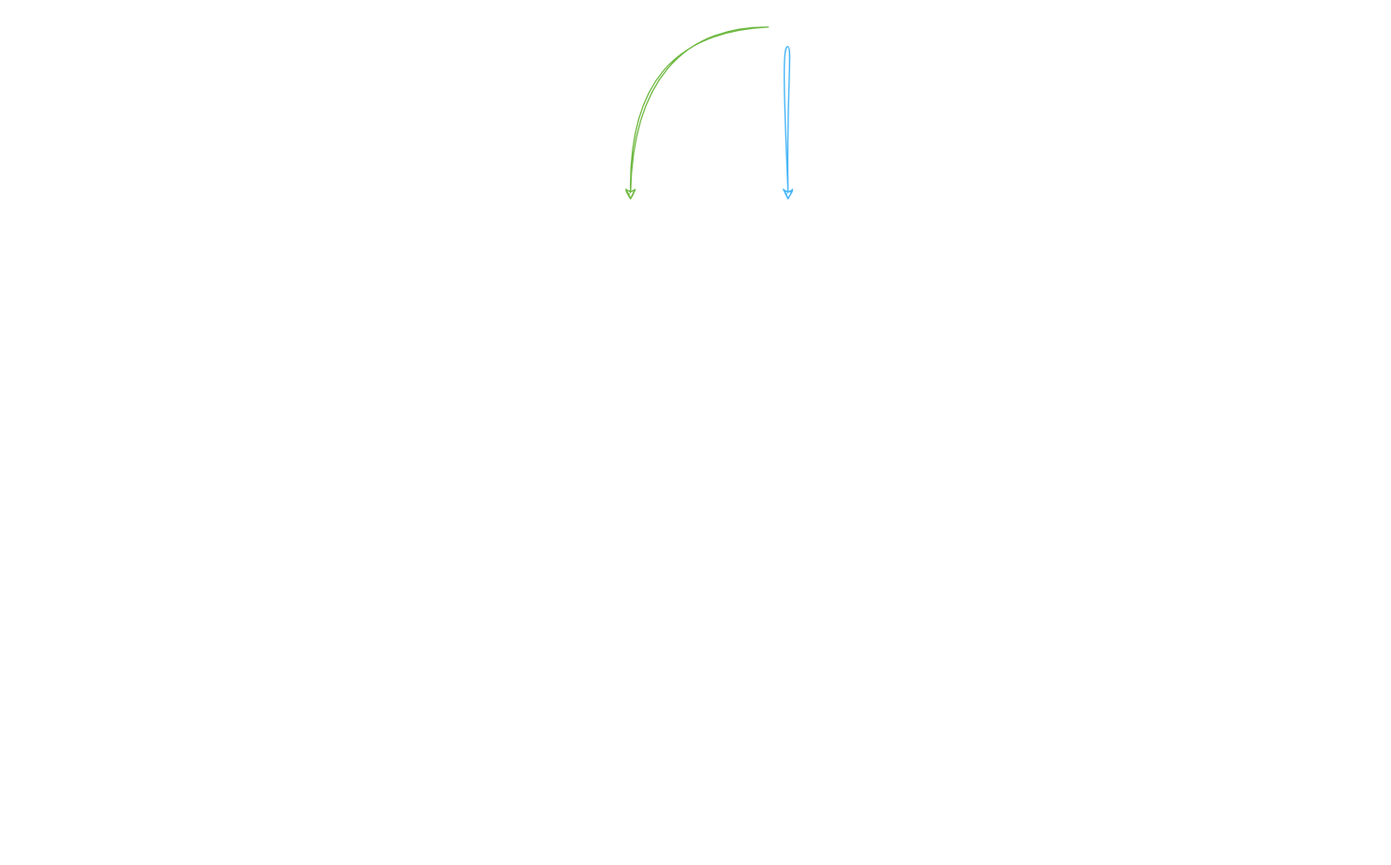
This is img/sannsyn/Suppemeny.drawio.svg from Andremartiny/MA-173, a draw.io export, as it was before one commit. Source tidied: cells renumbered, new cells last; positions are measured from the earlier drawing's top-left corner, leaving out a move shared by most shapes. Source of this version:
```xml
<mxGraphModel>
  <root>
    <mxCell id="0" />
    <mxCell id="1" parent="0" />
    <mxCell id="2" style="edgeStyle=orthogonalEdgeStyle;rounded=0;sketch=1;hachureGap=4;jiggle=2;curveFitting=1;jettySize=auto;html=1;curved=1;" parent="1" edge="1" source="7" target="14">
      <mxGeometry relative="1" as="geometry" />
    </mxCell>
    <mxCell id="3" style="edgeStyle=orthogonalEdgeStyle;rounded=0;sketch=1;hachureGap=4;jiggle=2;curveFitting=1;jettySize=auto;html=1;curved=1;" parent="1" edge="1" source="7" target="16">
      <mxGeometry relative="1" as="geometry">
        <Array as="points">
          <mxPoint x="475" y="302" />
          <mxPoint x="619" y="302" />
        </Array>
      </mxGeometry>
    </mxCell>
    <mxCell id="4" style="edgeStyle=orthogonalEdgeStyle;rounded=0;sketch=1;hachureGap=4;jiggle=2;curveFitting=1;jettySize=auto;html=1;curved=1;" parent="1" edge="1" source="7" target="17">
      <mxGeometry relative="1" as="geometry">
        <Array as="points">
          <mxPoint x="475" y="272" />
          <mxPoint x="807" y="272" />
        </Array>
      </mxGeometry>
    </mxCell>
    <mxCell id="5" style="edgeStyle=orthogonalEdgeStyle;rounded=0;sketch=1;hachureGap=4;jiggle=2;curveFitting=1;jettySize=auto;html=1;curved=1;" parent="1" edge="1" source="7" target="18">
      <mxGeometry relative="1" as="geometry">
        <Array as="points">
          <mxPoint x="475" y="242" />
          <mxPoint x="995" y="242" />
        </Array>
      </mxGeometry>
    </mxCell>
    <mxCell id="6" style="edgeStyle=orthogonalEdgeStyle;rounded=0;sketch=1;hachureGap=4;jiggle=2;curveFitting=1;jettySize=auto;html=1;curved=1;" parent="1" edge="1" source="7" target="15">
      <mxGeometry relative="1" as="geometry">
        <Array as="points">
          <mxPoint x="430" y="398" />
          <mxPoint x="431" y="398" />
        </Array>
      </mxGeometry>
    </mxCell>
    <mxCell id="7" value="&lt;font style=&quot;font-size: 24px;&quot;&gt;Suppe 1&lt;/font&gt;" style="text;html=1;align=center;verticalAlign=middle;points=[];strokeColor=none;fillColor=none;" parent="1" vertex="1">
      <mxGeometry x="420" y="147" width="110" height="40" as="geometry" />
    </mxCell>
    <mxCell id="8" value="&lt;font style=&quot;font-size: 24px;&quot;&gt;Suppe 2&lt;/font&gt;" style="text;html=1;align=center;verticalAlign=middle;points=[];strokeColor=none;fillColor=none;" parent="1" vertex="1">
      <mxGeometry x="540" y="147" width="110" height="40" as="geometry" />
    </mxCell>
    <mxCell id="9" value="&lt;font style=&quot;font-size: 24px;&quot;&gt;Suppe 3&lt;/font&gt;" style="text;html=1;align=center;verticalAlign=middle;points=[];strokeColor=none;fillColor=none;" parent="1" vertex="1">
      <mxGeometry x="660" y="147" width="110" height="40" as="geometry" />
    </mxCell>
    <mxCell id="10" style="edgeStyle=orthogonalEdgeStyle;rounded=0;sketch=1;hachureGap=4;jiggle=2;curveFitting=1;jettySize=auto;html=1;curved=1;fillColor=#60a917;strokeColor=#2D7600;" parent="1" edge="1" source="12" target="7">
      <mxGeometry relative="1" as="geometry" />
    </mxCell>
    <mxCell id="11" style="edgeStyle=orthogonalEdgeStyle;rounded=0;sketch=1;hachureGap=4;jiggle=2;curveFitting=1;jettySize=auto;html=1;curved=1;" parent="1" edge="1" source="12" target="9">
      <mxGeometry relative="1" as="geometry" />
    </mxCell>
    <mxCell id="12" value="&amp;nbsp;" style="text;html=1;align=center;verticalAlign=middle;points=[];strokeColor=none;fillColor=none;" parent="1" vertex="1">
      <mxGeometry x="580" width="30" height="30" as="geometry" />
    </mxCell>
    <mxCell id="13" style="edgeStyle=orthogonalEdgeStyle;rounded=0;sketch=1;hachureGap=4;jiggle=2;curveFitting=1;jettySize=auto;html=1;entryX=0.5;entryY=0;entryDx=0;entryDy=0;entryPerimeter=0;curved=1;fillColor=#1ba1e2;strokeColor=#006EAF;" parent="1" edge="1" source="12" target="8">
      <mxGeometry relative="1" as="geometry" />
    </mxCell>
    <mxCell id="14" value="&lt;font style=&quot;font-size: 24px;&quot;&gt;Drikke 2&lt;/font&gt;" style="text;html=1;align=center;verticalAlign=middle;points=[];strokeColor=none;fillColor=none;" parent="1" vertex="1">
      <mxGeometry x="188" y="609" width="110" height="40" as="geometry" />
    </mxCell>
    <mxCell id="15" value="&lt;font style=&quot;font-size: 24px;&quot;&gt;Drikke 3&lt;/font&gt;" style="text;html=1;align=center;verticalAlign=middle;points=[];strokeColor=none;fillColor=none;" parent="1" vertex="1">
      <mxGeometry x="376" y="609" width="110" height="40" as="geometry" />
    </mxCell>
    <mxCell id="16" value="&lt;font style=&quot;font-size: 24px;&quot;&gt;Drikke 4&lt;/font&gt;" style="text;html=1;align=center;verticalAlign=middle;points=[];strokeColor=none;fillColor=none;" parent="1" vertex="1">
      <mxGeometry x="564" y="609" width="110" height="40" as="geometry" />
    </mxCell>
    <mxCell id="17" value="&lt;font style=&quot;font-size: 24px;&quot;&gt;Drikke 5&lt;/font&gt;" style="text;html=1;align=center;verticalAlign=middle;points=[];strokeColor=none;fillColor=none;" parent="1" vertex="1">
      <mxGeometry x="752" y="609" width="110" height="40" as="geometry" />
    </mxCell>
    <mxCell id="18" value="&lt;font style=&quot;font-size: 24px;&quot;&gt;Drikke 6&lt;/font&gt;" style="text;html=1;align=center;verticalAlign=middle;points=[];strokeColor=none;fillColor=none;" parent="1" vertex="1">
      <mxGeometry x="940" y="609" width="110" height="40" as="geometry" />
    </mxCell>
    <mxCell id="19" value="&lt;font style=&quot;font-size: 24px;&quot;&gt;Drikke 1&lt;/font&gt;" style="text;html=1;align=center;verticalAlign=middle;points=[];strokeColor=none;fillColor=none;" parent="1" vertex="1">
      <mxGeometry y="609" width="110" height="40" as="geometry" />
    </mxCell>
    <mxCell id="20" style="edgeStyle=orthogonalEdgeStyle;rounded=0;sketch=1;hachureGap=4;jiggle=2;curveFitting=1;jettySize=auto;html=1;entryX=0.518;entryY=0;entryDx=0;entryDy=0;entryPerimeter=0;curved=1;" parent="1" edge="1" source="7" target="19">
      <mxGeometry relative="1" as="geometry" />
    </mxCell>
  </root>
</mxGraphModel>
```
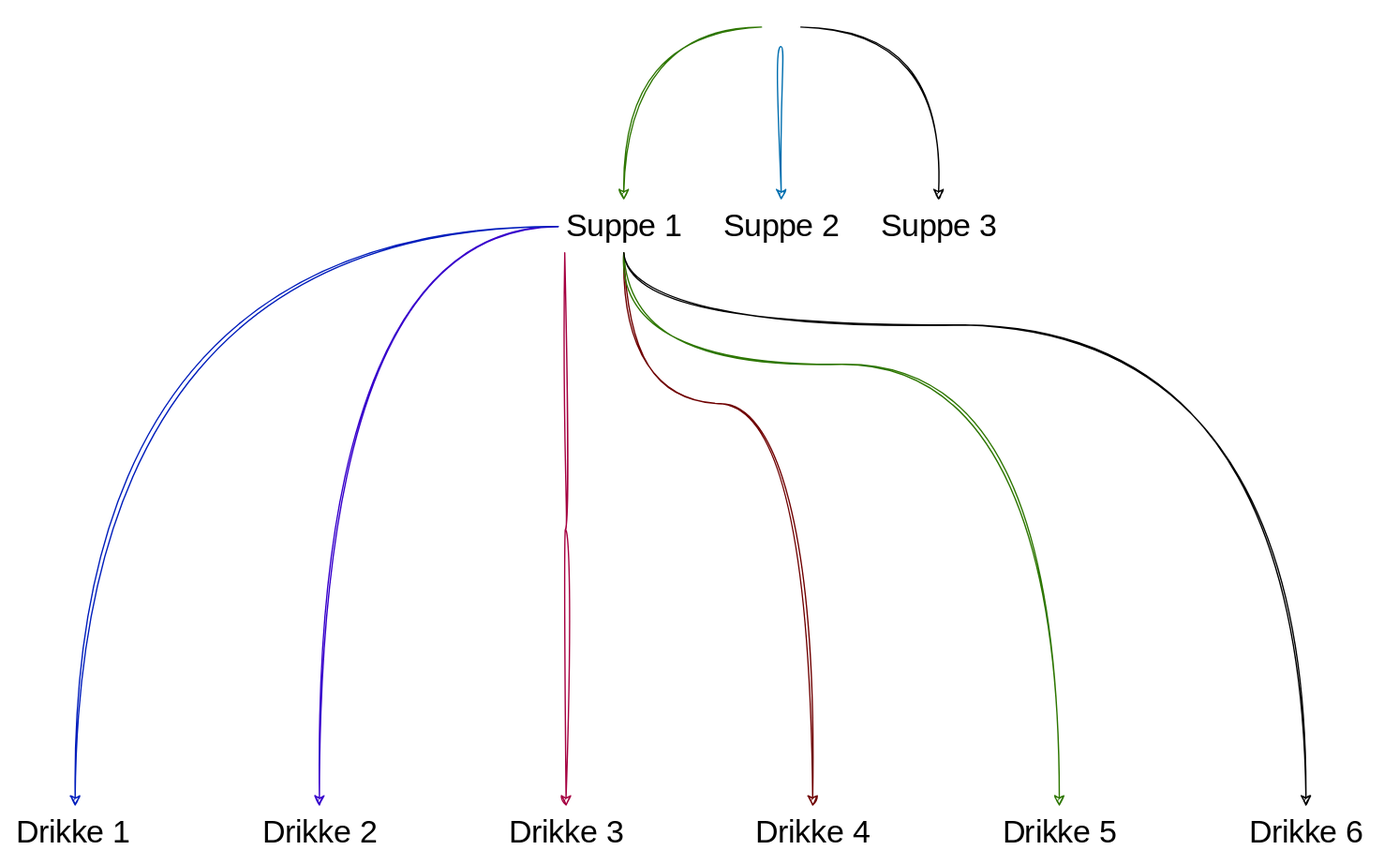
The same file after the commit.

Diff of the diagram source:
```diff
@@ -2,10 +2,10 @@
   <root>
     <mxCell id="0" />
     <mxCell id="1" parent="0" />
-    <mxCell id="2" style="edgeStyle=orthogonalEdgeStyle;rounded=0;sketch=1;hachureGap=4;jiggle=2;curveFitting=1;jettySize=auto;html=1;curved=1;" parent="1" edge="1" source="7" target="14">
+    <mxCell id="2" style="edgeStyle=orthogonalEdgeStyle;rounded=0;sketch=1;hachureGap=4;jiggle=2;curveFitting=1;jettySize=auto;html=1;curved=1;fillColor=#6a00ff;strokeColor=#3700CC;fontFamily=Handlee;fontSource=https%3A%2F%2Ffonts.googleapis.com%2Fcss%3Ffamily%3DHandlee;" parent="1" edge="1" source="7" target="14">
       <mxGeometry relative="1" as="geometry" />
     </mxCell>
-    <mxCell id="3" style="edgeStyle=orthogonalEdgeStyle;rounded=0;sketch=1;hachureGap=4;jiggle=2;curveFitting=1;jettySize=auto;html=1;curved=1;" parent="1" edge="1" source="7" target="16">
+    <mxCell id="3" style="edgeStyle=orthogonalEdgeStyle;rounded=0;sketch=1;hachureGap=4;jiggle=2;curveFitting=1;jettySize=auto;html=1;curved=1;fillColor=#a20025;strokeColor=#6F0000;fontFamily=Handlee;fontSource=https%3A%2F%2Ffonts.googleapis.com%2Fcss%3Ffamily%3DHandlee;" parent="1" edge="1" source="7" target="16">
       <mxGeometry relative="1" as="geometry">
         <Array as="points">
           <mxPoint x="475" y="302" />
@@ -13,7 +13,7 @@
         </Array>
       </mxGeometry>
     </mxCell>
-    <mxCell id="4" style="edgeStyle=orthogonalEdgeStyle;rounded=0;sketch=1;hachureGap=4;jiggle=2;curveFitting=1;jettySize=auto;html=1;curved=1;" parent="1" edge="1" source="7" target="17">
+    <mxCell id="4" style="edgeStyle=orthogonalEdgeStyle;rounded=0;sketch=1;hachureGap=4;jiggle=2;curveFitting=1;jettySize=auto;html=1;curved=1;fillColor=#60a917;strokeColor=#2D7600;fontFamily=Handlee;fontSource=https%3A%2F%2Ffonts.googleapis.com%2Fcss%3Ffamily%3DHandlee;" parent="1" edge="1" source="7" target="17">
       <mxGeometry relative="1" as="geometry">
         <Array as="points">
           <mxPoint x="475" y="272" />
@@ -21,7 +21,7 @@
         </Array>
       </mxGeometry>
     </mxCell>
-    <mxCell id="5" style="edgeStyle=orthogonalEdgeStyle;rounded=0;sketch=1;hachureGap=4;jiggle=2;curveFitting=1;jettySize=auto;html=1;curved=1;" parent="1" edge="1" source="7" target="18">
+    <mxCell id="5" style="edgeStyle=orthogonalEdgeStyle;rounded=0;sketch=1;hachureGap=4;jiggle=2;curveFitting=1;jettySize=auto;html=1;curved=1;fontFamily=Handlee;fontSource=https%3A%2F%2Ffonts.googleapis.com%2Fcss%3Ffamily%3DHandlee;" parent="1" edge="1" source="7" target="18">
       <mxGeometry relative="1" as="geometry">
         <Array as="points">
           <mxPoint x="475" y="242" />
@@ -29,7 +29,7 @@
         </Array>
       </mxGeometry>
     </mxCell>
-    <mxCell id="6" style="edgeStyle=orthogonalEdgeStyle;rounded=0;sketch=1;hachureGap=4;jiggle=2;curveFitting=1;jettySize=auto;html=1;curved=1;" parent="1" edge="1" source="7" target="15">
+    <mxCell id="6" style="edgeStyle=orthogonalEdgeStyle;rounded=0;sketch=1;hachureGap=4;jiggle=2;curveFitting=1;jettySize=auto;html=1;curved=1;fillColor=#d80073;strokeColor=#A50040;fontFamily=Handlee;fontSource=https%3A%2F%2Ffonts.googleapis.com%2Fcss%3Ffamily%3DHandlee;" parent="1" edge="1" source="7" target="15">
       <mxGeometry relative="1" as="geometry">
         <Array as="points">
           <mxPoint x="430" y="398" />
@@ -37,46 +37,46 @@
         </Array>
       </mxGeometry>
     </mxCell>
-    <mxCell id="7" value="&lt;font style=&quot;font-size: 24px;&quot;&gt;Suppe 1&lt;/font&gt;" style="text;html=1;align=center;verticalAlign=middle;points=[];strokeColor=none;fillColor=none;" parent="1" vertex="1">
-      <mxGeometry x="420" y="147" width="110" height="40" as="geometry" />
+    <mxCell id="7" value="&lt;font style=&quot;font-size: 24px;&quot;&gt;Suppe 1&lt;/font&gt;" style="text;html=1;align=center;verticalAlign=middle;points=[];fontFamily=Handlee;fontSource=https%3A%2F%2Ffonts.googleapis.com%2Fcss%3Ffamily%3DHandlee;" parent="1" vertex="1">
+      <mxGeometry x="425" y="147" width="100" height="40" as="geometry" />
     </mxCell>
-    <mxCell id="8" value="&lt;font style=&quot;font-size: 24px;&quot;&gt;Suppe 2&lt;/font&gt;" style="text;html=1;align=center;verticalAlign=middle;points=[];strokeColor=none;fillColor=none;" parent="1" vertex="1">
-      <mxGeometry x="540" y="147" width="110" height="40" as="geometry" />
+    <mxCell id="8" value="&lt;font style=&quot;font-size: 24px;&quot;&gt;Suppe 2&lt;/font&gt;" style="text;html=1;align=center;verticalAlign=middle;points=[];fontFamily=Handlee;fontSource=https%3A%2F%2Ffonts.googleapis.com%2Fcss%3Ffamily%3DHandlee;" parent="1" vertex="1">
+      <mxGeometry x="545" y="147" width="100" height="40" as="geometry" />
     </mxCell>
-    <mxCell id="9" value="&lt;font style=&quot;font-size: 24px;&quot;&gt;Suppe 3&lt;/font&gt;" style="text;html=1;align=center;verticalAlign=middle;points=[];strokeColor=none;fillColor=none;" parent="1" vertex="1">
-      <mxGeometry x="660" y="147" width="110" height="40" as="geometry" />
+    <mxCell id="9" value="&lt;font style=&quot;font-size: 24px;&quot;&gt;Suppe 3&lt;/font&gt;" style="text;html=1;align=center;verticalAlign=middle;points=[];fontFamily=Handlee;fontSource=https%3A%2F%2Ffonts.googleapis.com%2Fcss%3Ffamily%3DHandlee;" parent="1" vertex="1">
+      <mxGeometry x="665" y="147" width="100" height="40" as="geometry" />
     </mxCell>
-    <mxCell id="10" style="edgeStyle=orthogonalEdgeStyle;rounded=0;sketch=1;hachureGap=4;jiggle=2;curveFitting=1;jettySize=auto;html=1;curved=1;fillColor=#60a917;strokeColor=#2D7600;" parent="1" edge="1" source="12" target="7">
+    <mxCell id="10" style="edgeStyle=orthogonalEdgeStyle;rounded=0;sketch=1;hachureGap=4;jiggle=2;curveFitting=1;jettySize=auto;html=1;curved=1;fillColor=#60a917;strokeColor=#2D7600;fontFamily=Handlee;fontSource=https%3A%2F%2Ffonts.googleapis.com%2Fcss%3Ffamily%3DHandlee;" parent="1" edge="1" source="12" target="7">
       <mxGeometry relative="1" as="geometry" />
     </mxCell>
-    <mxCell id="11" style="edgeStyle=orthogonalEdgeStyle;rounded=0;sketch=1;hachureGap=4;jiggle=2;curveFitting=1;jettySize=auto;html=1;curved=1;" parent="1" edge="1" source="12" target="9">
+    <mxCell id="11" style="edgeStyle=orthogonalEdgeStyle;rounded=0;sketch=1;hachureGap=4;jiggle=2;curveFitting=1;jettySize=auto;html=1;curved=1;fontFamily=Handlee;fontSource=https%3A%2F%2Ffonts.googleapis.com%2Fcss%3Ffamily%3DHandlee;" parent="1" edge="1" source="12" target="9">
       <mxGeometry relative="1" as="geometry" />
     </mxCell>
-    <mxCell id="12" value="&amp;nbsp;" style="text;html=1;align=center;verticalAlign=middle;points=[];strokeColor=none;fillColor=none;" parent="1" vertex="1">
+    <mxCell id="12" value="&amp;nbsp;" style="text;html=1;align=center;verticalAlign=middle;points=[];fontFamily=Handlee;fontSource=https%3A%2F%2Ffonts.googleapis.com%2Fcss%3Ffamily%3DHandlee;" parent="1" vertex="1">
       <mxGeometry x="580" width="30" height="30" as="geometry" />
     </mxCell>
-    <mxCell id="13" style="edgeStyle=orthogonalEdgeStyle;rounded=0;sketch=1;hachureGap=4;jiggle=2;curveFitting=1;jettySize=auto;html=1;entryX=0.5;entryY=0;entryDx=0;entryDy=0;entryPerimeter=0;curved=1;fillColor=#1ba1e2;strokeColor=#006EAF;" parent="1" edge="1" source="12" target="8">
+    <mxCell id="13" style="edgeStyle=orthogonalEdgeStyle;rounded=0;sketch=1;hachureGap=4;jiggle=2;curveFitting=1;jettySize=auto;html=1;entryX=0.5;entryY=0;entryDx=0;entryDy=0;entryPerimeter=0;curved=1;fillColor=#1ba1e2;strokeColor=#006EAF;fontFamily=Handlee;fontSource=https%3A%2F%2Ffonts.googleapis.com%2Fcss%3Ffamily%3DHandlee;" parent="1" edge="1" source="12" target="8">
       <mxGeometry relative="1" as="geometry" />
     </mxCell>
-    <mxCell id="14" value="&lt;font style=&quot;font-size: 24px;&quot;&gt;Drikke 2&lt;/font&gt;" style="text;html=1;align=center;verticalAlign=middle;points=[];strokeColor=none;fillColor=none;" parent="1" vertex="1">
+    <mxCell id="14" value="&lt;font style=&quot;font-size: 24px;&quot;&gt;Drikke 2&lt;/font&gt;" style="text;html=1;align=center;verticalAlign=middle;points=[];fontFamily=Handlee;fontSource=https%3A%2F%2Ffonts.googleapis.com%2Fcss%3Ffamily%3DHandlee;" parent="1" vertex="1">
       <mxGeometry x="188" y="609" width="110" height="40" as="geometry" />
     </mxCell>
-    <mxCell id="15" value="&lt;font style=&quot;font-size: 24px;&quot;&gt;Drikke 3&lt;/font&gt;" style="text;html=1;align=center;verticalAlign=middle;points=[];strokeColor=none;fillColor=none;" parent="1" vertex="1">
+    <mxCell id="15" value="&lt;font style=&quot;font-size: 24px;&quot;&gt;Drikke 3&lt;/font&gt;" style="text;html=1;align=center;verticalAlign=middle;points=[];fontFamily=Handlee;fontSource=https%3A%2F%2Ffonts.googleapis.com%2Fcss%3Ffamily%3DHandlee;" parent="1" vertex="1">
       <mxGeometry x="376" y="609" width="110" height="40" as="geometry" />
     </mxCell>
-    <mxCell id="16" value="&lt;font style=&quot;font-size: 24px;&quot;&gt;Drikke 4&lt;/font&gt;" style="text;html=1;align=center;verticalAlign=middle;points=[];strokeColor=none;fillColor=none;" parent="1" vertex="1">
+    <mxCell id="16" value="&lt;font style=&quot;font-size: 24px;&quot;&gt;Drikke 4&lt;/font&gt;" style="text;html=1;align=center;verticalAlign=middle;points=[];fontFamily=Handlee;fontSource=https%3A%2F%2Ffonts.googleapis.com%2Fcss%3Ffamily%3DHandlee;" parent="1" vertex="1">
       <mxGeometry x="564" y="609" width="110" height="40" as="geometry" />
     </mxCell>
-    <mxCell id="17" value="&lt;font style=&quot;font-size: 24px;&quot;&gt;Drikke 5&lt;/font&gt;" style="text;html=1;align=center;verticalAlign=middle;points=[];strokeColor=none;fillColor=none;" parent="1" vertex="1">
+    <mxCell id="17" value="&lt;font style=&quot;font-size: 24px;&quot;&gt;Drikke 5&lt;/font&gt;" style="text;html=1;align=center;verticalAlign=middle;points=[];fontFamily=Handlee;fontSource=https%3A%2F%2Ffonts.googleapis.com%2Fcss%3Ffamily%3DHandlee;" parent="1" vertex="1">
       <mxGeometry x="752" y="609" width="110" height="40" as="geometry" />
     </mxCell>
-    <mxCell id="18" value="&lt;font style=&quot;font-size: 24px;&quot;&gt;Drikke 6&lt;/font&gt;" style="text;html=1;align=center;verticalAlign=middle;points=[];strokeColor=none;fillColor=none;" parent="1" vertex="1">
+    <mxCell id="18" value="&lt;font style=&quot;font-size: 24px;&quot;&gt;Drikke 6&lt;/font&gt;" style="text;html=1;align=center;verticalAlign=middle;points=[];fontFamily=Handlee;fontSource=https%3A%2F%2Ffonts.googleapis.com%2Fcss%3Ffamily%3DHandlee;" parent="1" vertex="1">
       <mxGeometry x="940" y="609" width="110" height="40" as="geometry" />
     </mxCell>
-    <mxCell id="19" value="&lt;font style=&quot;font-size: 24px;&quot;&gt;Drikke 1&lt;/font&gt;" style="text;html=1;align=center;verticalAlign=middle;points=[];strokeColor=none;fillColor=none;" parent="1" vertex="1">
-      <mxGeometry y="609" width="110" height="40" as="geometry" />
+    <mxCell id="19" value="&lt;font style=&quot;font-size: 24px;&quot;&gt;Drikke 1&lt;/font&gt;" style="text;html=1;align=center;verticalAlign=middle;points=[];fontFamily=Handlee;fontSource=https%3A%2F%2Ffonts.googleapis.com%2Fcss%3Ffamily%3DHandlee;" parent="1" vertex="1">
+      <mxGeometry x="5" y="609" width="100" height="40" as="geometry" />
     </mxCell>
-    <mxCell id="20" style="edgeStyle=orthogonalEdgeStyle;rounded=0;sketch=1;hachureGap=4;jiggle=2;curveFitting=1;jettySize=auto;html=1;entryX=0.518;entryY=0;entryDx=0;entryDy=0;entryPerimeter=0;curved=1;" parent="1" edge="1" source="7" target="19">
+    <mxCell id="20" style="edgeStyle=orthogonalEdgeStyle;rounded=0;sketch=1;hachureGap=4;jiggle=2;curveFitting=1;jettySize=auto;html=1;entryX=0.518;entryY=0;entryDx=0;entryDy=0;entryPerimeter=0;curved=1;fillColor=#0050ef;strokeColor=#001DBC;fontFamily=Handlee;fontSource=https%3A%2F%2Ffonts.googleapis.com%2Fcss%3Ffamily%3DHandlee;" parent="1" edge="1" source="7" target="19">
       <mxGeometry relative="1" as="geometry" />
     </mxCell>
   </root>
```
